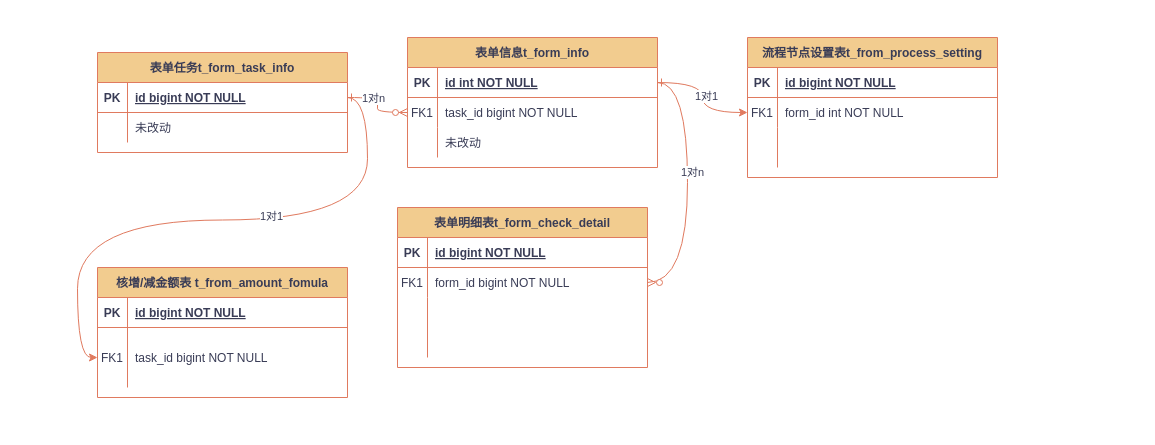
Earlier version of the draw.io diagram draw.io/清单库检查表单配置ER图.drawio (KeatonLi/pictures). Source tidied: cells renumbered, new cells numbered last; positions are measured from the earlier drawing's top-left corner, leaving out a move shared by most shapes. Both pictures are drawn from the tidied source at 100%, with x=0, y=0 at pixel (97, 37).
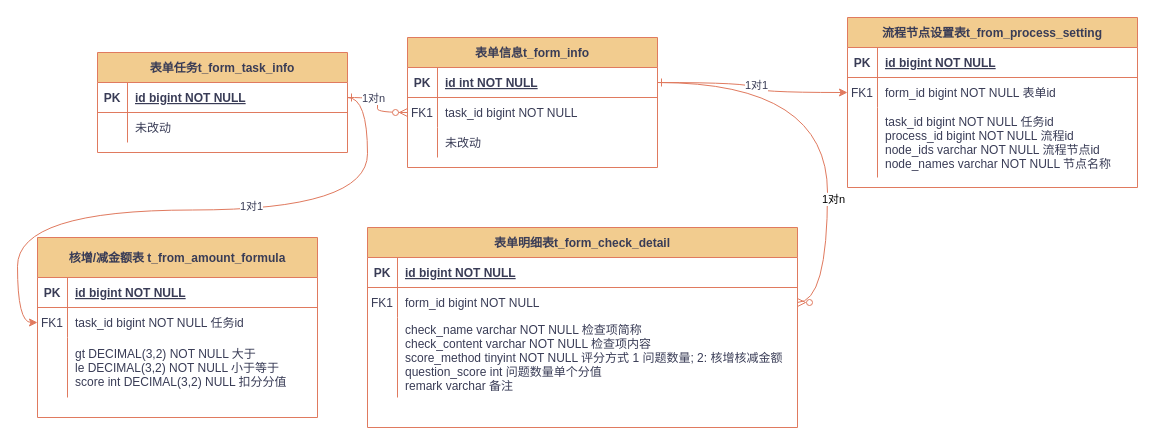
The same diagram, later.

Commit message:
更新清单库检查表单配置ER图.drawio

The change refers to these unchanged cells:
```xml
<mxCell id="4" style="edgeStyle=entityRelationEdgeStyle;endArrow=ERzeroToMany;startArrow=ERone;endFill=1;startFill=0;labelBackgroundColor=none;strokeColor=#E07A5F;fontColor=default;curved=1;" parent="1" edge="1" source="7" target="20">
  <mxGeometry relative="1" as="geometry" />
</mxCell>
<mxCell id="27" style="shape=partialRectangle;fillColor=none;points=[[0,0.5],[1,0.5]];portConstraint=eastwest;top=0;left=0;right=0;bottom=1;labelBackgroundColor=none;strokeColor=#E07A5F;fontColor=#393C56;" parent="26" vertex="1">
  <mxGeometry y="30" width="250" height="30" as="geometry" />
</mxCell>
```

The edit, as a diff of the source:
```diff
@@
-    <mxCell id="5" value="1对n" style="edgeLabel;html=1;align=center;verticalAlign=middle;fontColor=#393C56;" parent="4" vertex="1">
-      <mxGeometry x="-0.12" y="4" relative="1" as="geometry" />
+    <mxCell id="5" value="1对n" style="edgeLabel;html=1;align=center;verticalAlign=middle;" parent="4" vertex="1">
+      <mxGeometry x="0.36" y="5" relative="1" as="geometry" />
     </mxCell>
@@
     <mxCell id="16" value="表单明细表t_form_check_detail" style="shape=table;startSize=30;childLayout=tableLayout;rowLines=0;fontStyle=1;align=center;labelBackgroundColor=none;fillColor=#F2CC8F;strokeColor=#E07A5F;fontColor=#393C56;" parent="1" vertex="1">
-      <mxGeometry x="300" y="170" width="250" height="160" as="geometry" />
+      <mxGeometry x="270" y="190" width="430" height="200" as="geometry" />
     </mxCell>
     <mxCell id="17" style="shape=partialRectangle;fillColor=none;top=0;left=0;right=0;bottom=1;labelBackgroundColor=none;strokeColor=#E07A5F;fontColor=#393C56;" parent="16" vertex="1">
-      <mxGeometry y="30" width="250" height="30" as="geometry" />
+      <mxGeometry y="30" width="430" height="30" as="geometry" />
     </mxCell>
@@
     <mxCell id="19" value="id bigint NOT NULL " style="shape=partialRectangle;overflow=hidden;fillColor=none;top=0;left=0;bottom=0;right=0;align=left;spacingLeft=6;fontStyle=5;labelBackgroundColor=none;strokeColor=#E07A5F;fontColor=#393C56;" parent="17" vertex="1">
-      <mxGeometry x="30" width="220" height="30" as="geometry" />
+      <mxGeometry x="30" width="400" height="30" as="geometry" />
     </mxCell>
     <mxCell id="20" style="shape=partialRectangle;fillColor=none;points=[[0,0.5],[1,0.5]];portConstraint=eastwest;top=0;left=0;right=0;bottom=0;labelBackgroundColor=none;strokeColor=#E07A5F;fontColor=#393C56;" parent="16" vertex="1">
-      <mxGeometry y="60" width="250" height="30" as="geometry" />
+      <mxGeometry y="60" width="430" height="30" as="geometry" />
     </mxCell>
@@
     <mxCell id="22" value="form_id bigint NOT NULL" style="shape=partialRectangle;overflow=hidden;fillColor=none;top=0;left=0;bottom=0;right=0;align=left;spacingLeft=6;labelBackgroundColor=none;strokeColor=#E07A5F;fontColor=#393C56;" parent="20" vertex="1">
-      <mxGeometry x="30" width="220" height="30" as="geometry" />
+      <mxGeometry x="30" width="400" height="30" as="geometry" />
     </mxCell>
     <mxCell id="23" style="shape=partialRectangle;fillColor=none;top=0;left=0;right=0;bottom=0;labelBackgroundColor=none;strokeColor=#E07A5F;fontColor=#393C56;" parent="16" vertex="1">
-      <mxGeometry y="90" width="250" height="60" as="geometry" />
+      <mxGeometry y="90" width="430" height="80" as="geometry" />
     </mxCell>
     <mxCell id="24" style="shape=partialRectangle;overflow=hidden;fillColor=none;top=0;left=0;bottom=0;right=0;labelBackgroundColor=none;strokeColor=#E07A5F;fontColor=#393C56;" parent="23" vertex="1">
-      <mxGeometry width="30" height="60" as="geometry" />
+      <mxGeometry width="30" height="80" as="geometry" />
     </mxCell>
-    <mxCell id="25" style="shape=partialRectangle;overflow=hidden;fillColor=none;top=0;left=0;bottom=0;right=0;align=left;spacingLeft=6;labelBackgroundColor=none;strokeColor=#E07A5F;fontColor=#393C56;" parent="23" vertex="1">
-      <mxGeometry x="30" width="220" height="60" as="geometry" />
+    <mxCell id="25" value="check_name varchar NOT NULL 检查项简称&#10;check_content varchar NOT NULL 检查项内容&#10;score_method tinyint NOT NULL 评分方式 1 问题数量; 2: 核增核减金额&#10;question_score int 问题数量单个分值&#10;remark varchar 备注" style="shape=partialRectangle;overflow=hidden;fillColor=none;top=0;left=0;bottom=0;right=0;align=left;spacingLeft=6;labelBackgroundColor=none;strokeColor=#E07A5F;fontColor=#393C56;" parent="23" vertex="1">
+      <mxGeometry x="30" width="400" height="80" as="geometry" />
     </mxCell>
@@
-    <mxCell id="33" value="核增/减金额表 t_from_amount_fomula" style="shape=table;startSize=30;childLayout=tableLayout;rowLines=0;fontStyle=1;align=center;labelBackgroundColor=none;fillColor=#F2CC8F;strokeColor=#E07A5F;fontColor=#393C56;" parent="1" vertex="1">
-      <mxGeometry y="230" width="250" height="130" as="geometry" />
-    </mxCell>
-    <mxCell id="34" style="shape=partialRectangle;fillColor=none;top=0;left=0;right=0;bottom=1;labelBackgroundColor=none;strokeColor=#E07A5F;fontColor=#393C56;" parent="33" vertex="1">
-      <mxGeometry y="30" width="250" height="30" as="geometry" />
-    </mxCell>
-    <mxCell id="35" value="PK" style="shape=partialRectangle;overflow=hidden;fillColor=none;top=0;left=0;bottom=0;right=0;fontStyle=1;labelBackgroundColor=none;strokeColor=#E07A5F;fontColor=#393C56;" parent="34" vertex="1">
-      <mxGeometry width="30" height="30" as="geometry" />
-    </mxCell>
-    <mxCell id="36" value="id bigint NOT NULL " style="shape=partialRectangle;overflow=hidden;fillColor=none;top=0;left=0;bottom=0;right=0;align=left;spacingLeft=6;fontStyle=5;labelBackgroundColor=none;strokeColor=#E07A5F;fontColor=#393C56;" parent="34" vertex="1">
-      <mxGeometry x="30" width="220" height="30" as="geometry" />
-    </mxCell>
-    <mxCell id="37" style="shape=partialRectangle;fillColor=none;points=[[0,0.5],[1,0.5]];portConstraint=eastwest;top=0;left=0;right=0;bottom=0;labelBackgroundColor=none;strokeColor=#E07A5F;fontColor=#393C56;" parent="33" vertex="1">
-      <mxGeometry y="60" width="250" height="60" as="geometry" />
-    </mxCell>
-    <mxCell id="38" value="FK1" style="shape=partialRectangle;overflow=hidden;fillColor=none;top=0;left=0;bottom=0;right=0;labelBackgroundColor=none;strokeColor=#E07A5F;fontColor=#393C56;" parent="37" vertex="1">
-      <mxGeometry width="30" height="60" as="geometry" />
-    </mxCell>
-    <mxCell id="39" value="task_id bigint NOT NULL" style="shape=partialRectangle;overflow=hidden;fillColor=none;top=0;left=0;bottom=0;right=0;align=left;spacingLeft=6;labelBackgroundColor=none;strokeColor=#E07A5F;fontColor=#393C56;" parent="37" vertex="1">
-      <mxGeometry x="30" width="220" height="60" as="geometry" />
-    </mxCell>
-    <mxCell id="40" style="edgeStyle=orthogonalEdgeStyle;jettySize=auto;html=1;exitX=1;exitY=0.5;exitDx=0;exitDy=0;entryX=0;entryY=0.5;entryDx=0;entryDy=0;strokeColor=#E07A5F;fontColor=#393C56;fillColor=#F2CC8F;curved=1;" parent="1" edge="1" source="27" target="37">
+    <mxCell id="40" style="edgeStyle=orthogonalEdgeStyle;jettySize=auto;html=1;exitX=1;exitY=0.5;exitDx=0;exitDy=0;entryX=0;entryY=0.5;entryDx=0;entryDy=0;strokeColor=#E07A5F;fontColor=#393C56;fillColor=#F2CC8F;curved=1;" parent="1" edge="1" source="27" target="56">
       <mxGeometry relative="1" as="geometry" />
     </mxCell>
@@
     <mxCell id="42" value="流程节点设置表t_from_process_setting" style="shape=table;startSize=30;childLayout=tableLayout;rowLines=0;fontStyle=1;align=center;labelBackgroundColor=none;fillColor=#F2CC8F;strokeColor=#E07A5F;fontColor=#393C56;" parent="1" vertex="1">
-      <mxGeometry x="650" width="250" height="140" as="geometry" />
+      <mxGeometry x="750" y="-20" width="290" height="170" as="geometry" />
     </mxCell>
     <mxCell id="43" style="shape=partialRectangle;fillColor=none;top=0;left=0;right=0;bottom=1;labelBackgroundColor=none;strokeColor=#E07A5F;fontColor=#393C56;" parent="42" vertex="1">
-      <mxGeometry y="30" width="250" height="30" as="geometry" />
+      <mxGeometry y="30" width="290" height="30" as="geometry" />
     </mxCell>
@@
     <mxCell id="45" value="id bigint NOT NULL " style="shape=partialRectangle;overflow=hidden;fillColor=none;top=0;left=0;bottom=0;right=0;align=left;spacingLeft=6;fontStyle=5;labelBackgroundColor=none;strokeColor=#E07A5F;fontColor=#393C56;" parent="43" vertex="1">
-      <mxGeometry x="30" width="220" height="30" as="geometry" />
+      <mxGeometry x="30" width="260" height="30" as="geometry" />
     </mxCell>
     <mxCell id="46" style="shape=partialRectangle;fillColor=none;points=[[0,0.5],[1,0.5]];portConstraint=eastwest;top=0;left=0;right=0;bottom=0;labelBackgroundColor=none;strokeColor=#E07A5F;fontColor=#393C56;" parent="42" vertex="1">
-      <mxGeometry y="60" width="250" height="30" as="geometry" />
+      <mxGeometry y="60" width="290" height="30" as="geometry" />
     </mxCell>
@@
-    <mxCell id="48" value="form_id int NOT NULL" style="shape=partialRectangle;overflow=hidden;fillColor=none;top=0;left=0;bottom=0;right=0;align=left;spacingLeft=6;labelBackgroundColor=none;strokeColor=#E07A5F;fontColor=#393C56;" parent="46" vertex="1">
-      <mxGeometry x="30" width="220" height="30" as="geometry" />
+    <mxCell id="48" value="form_id bigint NOT NULL 表单id" style="shape=partialRectangle;overflow=hidden;fillColor=none;top=0;left=0;bottom=0;right=0;align=left;spacingLeft=6;labelBackgroundColor=none;strokeColor=#E07A5F;fontColor=#393C56;" parent="46" vertex="1">
+      <mxGeometry x="30" width="260" height="30" as="geometry" />
     </mxCell>
     <mxCell id="49" style="shape=partialRectangle;fillColor=none;top=0;left=0;right=0;bottom=0;labelBackgroundColor=none;strokeColor=#E07A5F;fontColor=#393C56;" parent="42" vertex="1">
-      <mxGeometry y="90" width="250" height="40" as="geometry" />
+      <mxGeometry y="90" width="290" height="70" as="geometry" />
     </mxCell>
     <mxCell id="50" style="shape=partialRectangle;overflow=hidden;fillColor=none;top=0;left=0;bottom=0;right=0;labelBackgroundColor=none;strokeColor=#E07A5F;fontColor=#393C56;" parent="49" vertex="1">
-      <mxGeometry width="30" height="40" as="geometry" />
+      <mxGeometry width="30" height="70" as="geometry" />
     </mxCell>
-    <mxCell id="51" style="shape=partialRectangle;overflow=hidden;fillColor=none;top=0;left=0;bottom=0;right=0;align=left;spacingLeft=6;labelBackgroundColor=none;strokeColor=#E07A5F;fontColor=#393C56;" parent="49" vertex="1">
-      <mxGeometry x="30" width="220" height="40" as="geometry" />
+    <mxCell id="51" value="task_id bigint NOT NULL 任务id&#10;process_id bigint NOT NULL 流程id&#10;node_ids varchar NOT NULL 流程节点id&#10;node_names varchar NOT NULL 节点名称" style="shape=partialRectangle;overflow=hidden;fillColor=none;top=0;left=0;bottom=0;right=0;align=left;spacingLeft=6;labelBackgroundColor=none;strokeColor=#E07A5F;fontColor=#393C56;" parent="49" vertex="1">
+      <mxGeometry x="30" width="260" height="70" as="geometry" />
     </mxCell>
@@
+    <mxCell id="54" value="核增/减金额表 t_from_amount_formula" style="shape=table;startSize=40;childLayout=tableLayout;rowLines=0;fontStyle=1;align=center;labelBackgroundColor=none;fillColor=#F2CC8F;strokeColor=#E07A5F;fontColor=#393C56;" parent="1" vertex="1">
+      <mxGeometry x="-60" y="200" width="280" height="180" as="geometry" />
+    </mxCell>
+    <mxCell id="55" style="shape=partialRectangle;fillColor=none;top=0;left=0;right=0;bottom=1;labelBackgroundColor=none;strokeColor=#E07A5F;fontColor=#393C56;" parent="54" vertex="1">
+      <mxGeometry y="40" width="280" height="30" as="geometry" />
+    </mxCell>
+    <mxCell id="35" value="PK" style="shape=partialRectangle;overflow=hidden;fillColor=none;top=0;left=0;bottom=0;right=0;fontStyle=1;labelBackgroundColor=none;strokeColor=#E07A5F;fontColor=#393C56;" parent="55" vertex="1">
+      <mxGeometry width="30" height="30" as="geometry" />
+    </mxCell>
+    <mxCell id="36" value="id bigint NOT NULL " style="shape=partialRectangle;overflow=hidden;fillColor=none;top=0;left=0;bottom=0;right=0;align=left;spacingLeft=6;fontStyle=5;labelBackgroundColor=none;strokeColor=#E07A5F;fontColor=#393C56;" parent="55" vertex="1">
+      <mxGeometry x="30" width="250" height="30" as="geometry" />
+    </mxCell>
+    <mxCell id="56" style="shape=partialRectangle;fillColor=none;points=[[0,0.5],[1,0.5]];portConstraint=eastwest;top=0;left=0;right=0;bottom=0;labelBackgroundColor=none;strokeColor=#E07A5F;fontColor=#393C56;" parent="54" vertex="1">
+      <mxGeometry y="70" width="280" height="30" as="geometry" />
+    </mxCell>
+    <mxCell id="38" value="FK1" style="shape=partialRectangle;overflow=hidden;fillColor=none;top=0;left=0;bottom=0;right=0;labelBackgroundColor=none;strokeColor=#E07A5F;fontColor=#393C56;" parent="56" vertex="1">
+      <mxGeometry width="30" height="30" as="geometry" />
+    </mxCell>
+    <mxCell id="57" value="task_id bigint NOT NULL 任务id" style="shape=partialRectangle;overflow=hidden;fillColor=none;top=0;left=0;bottom=0;right=0;align=left;spacingLeft=6;labelBackgroundColor=none;strokeColor=#E07A5F;fontColor=#393C56;" parent="56" vertex="1">
+      <mxGeometry x="30" width="250" height="30" as="geometry" />
+    </mxCell>
+    <mxCell id="58" style="shape=partialRectangle;fillColor=none;top=0;left=0;right=0;bottom=0;labelBackgroundColor=none;strokeColor=#E07A5F;fontColor=#393C56;" parent="54" vertex="1">
+      <mxGeometry y="100" width="280" height="60" as="geometry" />
+    </mxCell>
+    <mxCell id="59" style="shape=partialRectangle;overflow=hidden;fillColor=none;top=0;left=0;bottom=0;right=0;labelBackgroundColor=none;strokeColor=#E07A5F;fontColor=#393C56;" parent="58" vertex="1">
+      <mxGeometry width="30" height="60" as="geometry" />
+    </mxCell>
+    <mxCell id="60" value="gt DECIMAL(3,2) NOT NULL 大于&#10;le DECIMAL(3,2) NOT NULL 小于等于&#10;score int DECIMAL(3,2) NULL 扣分分值" style="shape=partialRectangle;overflow=hidden;fillColor=none;top=0;left=0;bottom=0;right=0;align=left;spacingLeft=6;labelBackgroundColor=none;strokeColor=#E07A5F;fontColor=#393C56;" parent="58" vertex="1">
+      <mxGeometry x="30" width="250" height="60" as="geometry" />
+    </mxCell>
```
